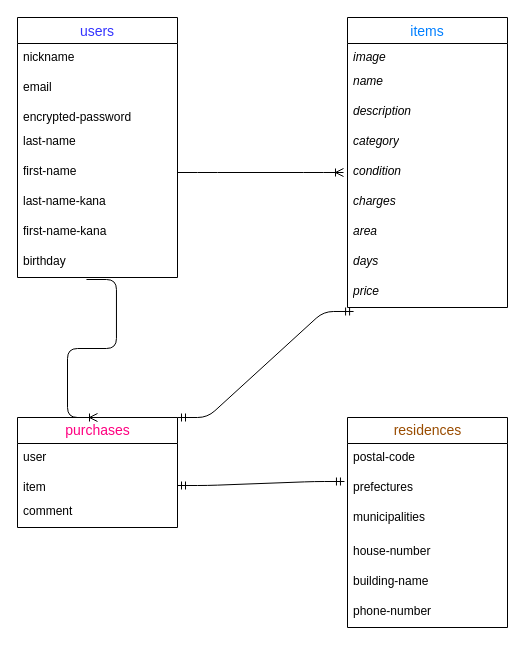
Earlier version of the draw.io diagram config/test.dio (minaema1111/furima-36247). Source tidied: cells renumbered, new cells numbered last; positions are measured from the earlier drawing's top-left corner, leaving out a move shared by most shapes. Both pictures are drawn from the tidied source at 100%, with x=0, y=0 at pixel (17, 17).
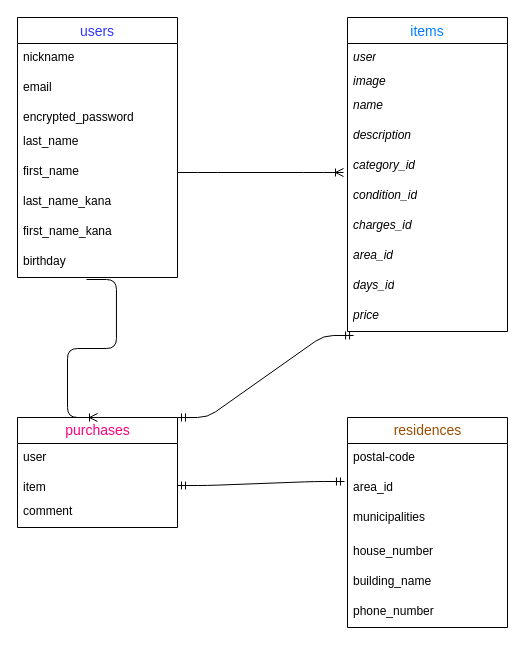
After the change.

The change refers to these unchanged cells:
```xml
<mxCell id="2" value="users" style="swimlane;fontStyle=0;horizontal=1;startSize=26;align=center;fontSize=14;fontColor=#3333FF;" parent="1" vertex="1">
  <mxGeometry width="160" height="260" as="geometry" />
</mxCell>
<mxCell id="25" value="residences" style="swimlane;fontStyle=0;horizontal=1;startSize=26;align=center;fontSize=14;html=1;fontColor=#994C00;" parent="1" vertex="1">
  <mxGeometry x="330" y="400" width="160" height="210" as="geometry" />
</mxCell>
```

Diff of the diagram source:
```diff
@@
-    <mxCell id="5" value="encrypted-password" style="text;strokeColor=none;fillColor=none;spacingLeft=4;spacingRight=4;overflow=hidden;fontSize=12;" parent="2" vertex="1">
+    <mxCell id="5" value="encrypted_password" style="text;strokeColor=none;fillColor=none;spacingLeft=4;spacingRight=4;overflow=hidden;fontSize=12;" parent="2" vertex="1">
       <mxGeometry y="86" width="160" height="24" as="geometry" />
     </mxCell>
-    <mxCell id="6" value="last-name" style="text;strokeColor=none;fillColor=none;spacingLeft=4;spacingRight=4;overflow=hidden;fontSize=12;" parent="2" vertex="1">
+    <mxCell id="6" value="last_name" style="text;strokeColor=none;fillColor=none;spacingLeft=4;spacingRight=4;overflow=hidden;fontSize=12;" parent="2" vertex="1">
       <mxGeometry y="110" width="160" height="30" as="geometry" />
     </mxCell>
-    <mxCell id="7" value="first-name" style="text;strokeColor=none;fillColor=none;spacingLeft=4;spacingRight=4;overflow=hidden;points=[[0,0.5],[1,0.5]];portConstraint=eastwest;fontSize=12;" parent="2" vertex="1">
+    <mxCell id="7" value="first_name" style="text;strokeColor=none;fillColor=none;spacingLeft=4;spacingRight=4;overflow=hidden;points=[[0,0.5],[1,0.5]];portConstraint=eastwest;fontSize=12;" parent="2" vertex="1">
       <mxGeometry y="140" width="160" height="30" as="geometry" />
     </mxCell>
-    <mxCell id="8" value="last-name-kana" style="text;strokeColor=none;fillColor=none;spacingLeft=4;spacingRight=4;overflow=hidden;fontSize=12;" parent="2" vertex="1">
+    <mxCell id="8" value="last_name_kana" style="text;strokeColor=none;fillColor=none;spacingLeft=4;spacingRight=4;overflow=hidden;fontSize=12;" parent="2" vertex="1">
       <mxGeometry y="170" width="160" height="30" as="geometry" />
     </mxCell>
-    <mxCell id="9" value="first-name-kana" style="text;strokeColor=none;fillColor=none;spacingLeft=4;spacingRight=4;overflow=hidden;fontSize=12;" parent="2" vertex="1">
+    <mxCell id="9" value="first_name_kana" style="text;strokeColor=none;fillColor=none;spacingLeft=4;spacingRight=4;overflow=hidden;fontSize=12;" parent="2" vertex="1">
       <mxGeometry y="200" width="160" height="30" as="geometry" />
     </mxCell>
@@
     <mxCell id="11" value="items" style="swimlane;fontStyle=0;horizontal=1;startSize=26;align=center;fontSize=14;fontColor=#007FFF;" parent="1" vertex="1">
-      <mxGeometry x="330" width="160" height="290" as="geometry" />
+      <mxGeometry x="330" width="160" height="314" as="geometry" />
     </mxCell>
+    <mxCell id="36" value="user" style="text;strokeColor=none;fillColor=none;spacingLeft=4;spacingRight=4;overflow=hidden;fontSize=12;html=1;fontStyle=2;" parent="11" vertex="1">
+      <mxGeometry y="26" width="160" height="24" as="geometry" />
+    </mxCell>
     <mxCell id="12" value="image" style="text;strokeColor=none;fillColor=none;spacingLeft=4;spacingRight=4;overflow=hidden;fontSize=12;html=1;fontStyle=2;" parent="11" vertex="1">
-      <mxGeometry y="26" width="160" height="24" as="geometry" />
+      <mxGeometry y="50" width="160" height="24" as="geometry" />
     </mxCell>
     <mxCell id="13" value="name" style="text;strokeColor=none;fillColor=none;spacingLeft=4;spacingRight=4;overflow=hidden;fontSize=12;html=1;fontStyle=2;" parent="11" vertex="1">
-      <mxGeometry y="50" width="160" height="30" as="geometry" />
+      <mxGeometry y="74" width="160" height="30" as="geometry" />
     </mxCell>
     <mxCell id="14" value="description" style="text;strokeColor=none;fillColor=none;spacingLeft=4;spacingRight=4;overflow=hidden;fontSize=12;html=1;fontStyle=2;" parent="11" vertex="1">
-      <mxGeometry y="80" width="160" height="30" as="geometry" />
+      <mxGeometry y="104" width="160" height="30" as="geometry" />
     </mxCell>
-    <mxCell id="15" value="category" style="text;strokeColor=none;fillColor=none;spacingLeft=4;spacingRight=4;overflow=hidden;fontSize=12;html=1;fontStyle=2;" parent="11" vertex="1">
-      <mxGeometry y="110" width="160" height="30" as="geometry" />
+    <mxCell id="15" value="category_id" style="text;strokeColor=none;fillColor=none;spacingLeft=4;spacingRight=4;overflow=hidden;fontSize=12;html=1;fontStyle=2;" parent="11" vertex="1">
+      <mxGeometry y="134" width="160" height="30" as="geometry" />
     </mxCell>
-    <mxCell id="16" value="condition" style="text;strokeColor=none;fillColor=none;spacingLeft=4;spacingRight=4;overflow=hidden;fontSize=12;html=1;fontStyle=2;" parent="11" vertex="1">
-      <mxGeometry y="140" width="160" height="30" as="geometry" />
+    <mxCell id="16" value="condition_id" style="text;strokeColor=none;fillColor=none;spacingLeft=4;spacingRight=4;overflow=hidden;fontSize=12;html=1;fontStyle=2;" parent="11" vertex="1">
+      <mxGeometry y="164" width="160" height="30" as="geometry" />
     </mxCell>
-    <mxCell id="17" value="charges" style="text;strokeColor=none;fillColor=none;spacingLeft=4;spacingRight=4;overflow=hidden;fontSize=12;html=1;fontStyle=2;" parent="11" vertex="1">
-      <mxGeometry y="170" width="160" height="30" as="geometry" />
+    <mxCell id="17" value="charges_id" style="text;strokeColor=none;fillColor=none;spacingLeft=4;spacingRight=4;overflow=hidden;fontSize=12;html=1;fontStyle=2;" parent="11" vertex="1">
+      <mxGeometry y="194" width="160" height="30" as="geometry" />
     </mxCell>
-    <mxCell id="18" value="area" style="text;strokeColor=none;fillColor=none;spacingLeft=4;spacingRight=4;overflow=hidden;fontSize=12;html=1;fontStyle=2;" parent="11" vertex="1">
-      <mxGeometry y="200" width="160" height="30" as="geometry" />
+    <mxCell id="18" value="area_id" style="text;strokeColor=none;fillColor=none;spacingLeft=4;spacingRight=4;overflow=hidden;fontSize=12;html=1;fontStyle=2;" parent="11" vertex="1">
+      <mxGeometry y="224" width="160" height="30" as="geometry" />
     </mxCell>
-    <mxCell id="19" value="days" style="text;strokeColor=none;fillColor=none;spacingLeft=4;spacingRight=4;overflow=hidden;fontSize=12;html=1;fontStyle=2;" parent="11" vertex="1">
-      <mxGeometry y="230" width="160" height="30" as="geometry" />
+    <mxCell id="19" value="days_id" style="text;strokeColor=none;fillColor=none;spacingLeft=4;spacingRight=4;overflow=hidden;fontSize=12;html=1;fontStyle=2;" parent="11" vertex="1">
+      <mxGeometry y="254" width="160" height="30" as="geometry" />
     </mxCell>
     <mxCell id="20" value="price" style="text;strokeColor=none;fillColor=none;spacingLeft=4;spacingRight=4;overflow=hidden;points=[[0,0.5],[1,0.5]];portConstraint=eastwest;fontSize=12;html=1;fontStyle=2;" parent="11" vertex="1">
-      <mxGeometry y="260" width="160" height="30" as="geometry" />
+      <mxGeometry y="284" width="160" height="30" as="geometry" />
     </mxCell>
@@
-    <mxCell id="27" value="prefectures" style="text;strokeColor=none;fillColor=none;spacingLeft=4;spacingRight=4;overflow=hidden;points=[[0,0.5],[1,0.5]];portConstraint=eastwest;fontSize=12;" parent="25" vertex="1">
+    <mxCell id="27" value="area_id" style="text;strokeColor=none;fillColor=none;spacingLeft=4;spacingRight=4;overflow=hidden;points=[[0,0.5],[1,0.5]];portConstraint=eastwest;fontSize=12;" parent="25" vertex="1">
       <mxGeometry y="56" width="160" height="30" as="geometry" />
     </mxCell>
@@
-    <mxCell id="29" value="house-number" style="text;strokeColor=none;fillColor=none;spacingLeft=4;spacingRight=4;overflow=hidden;fontSize=12;" parent="25" vertex="1">
+    <mxCell id="29" value="house_number" style="text;strokeColor=none;fillColor=none;spacingLeft=4;spacingRight=4;overflow=hidden;fontSize=12;" parent="25" vertex="1">
       <mxGeometry y="120" width="160" height="30" as="geometry" />
     </mxCell>
-    <mxCell id="30" value="building-name" style="text;strokeColor=none;fillColor=none;spacingLeft=4;spacingRight=4;overflow=hidden;fontSize=12;" parent="25" vertex="1">
+    <mxCell id="30" value="building_name" style="text;strokeColor=none;fillColor=none;spacingLeft=4;spacingRight=4;overflow=hidden;fontSize=12;" parent="25" vertex="1">
       <mxGeometry y="150" width="160" height="30" as="geometry" />
     </mxCell>
-    <mxCell id="31" value="phone-number" style="text;strokeColor=none;fillColor=none;spacingLeft=4;spacingRight=4;overflow=hidden;fontSize=12;" parent="25" vertex="1">
+    <mxCell id="31" value="phone_number" style="text;strokeColor=none;fillColor=none;spacingLeft=4;spacingRight=4;overflow=hidden;fontSize=12;" parent="25" vertex="1">
       <mxGeometry y="180" width="160" height="30" as="geometry" />
     </mxCell>
```
